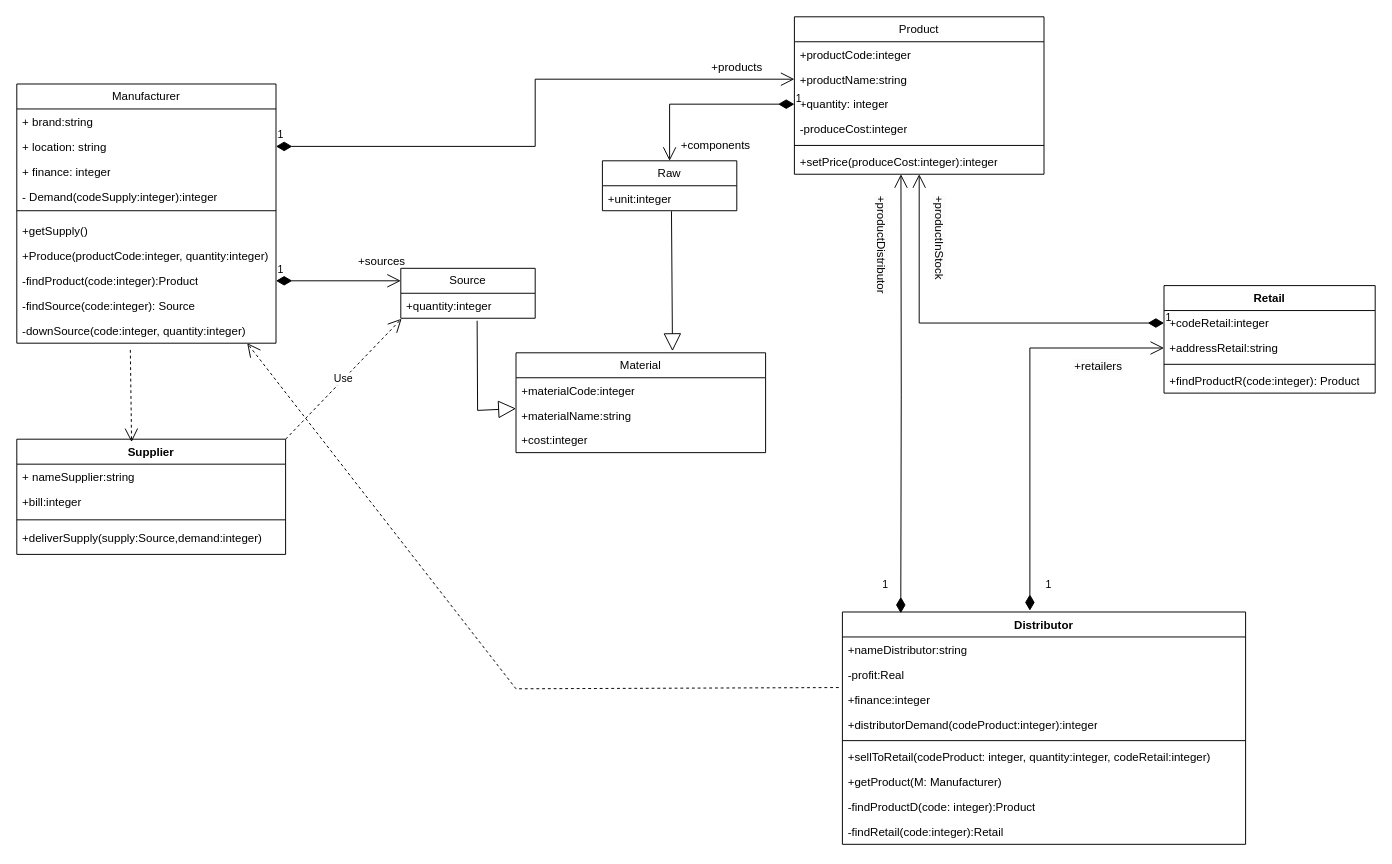
Earlier version of the draw.io diagram UML/ObjectOrientedAnalysis.drawio (zavaranak/932102.Dang). Source tidied: cells renumbered, new cells numbered last; positions are measured from the earlier drawing's top-left corner, leaving out a move shared by most shapes. Both pictures are drawn from the tidied source at 96%, with x=0, y=0 at pixel (16, 16).
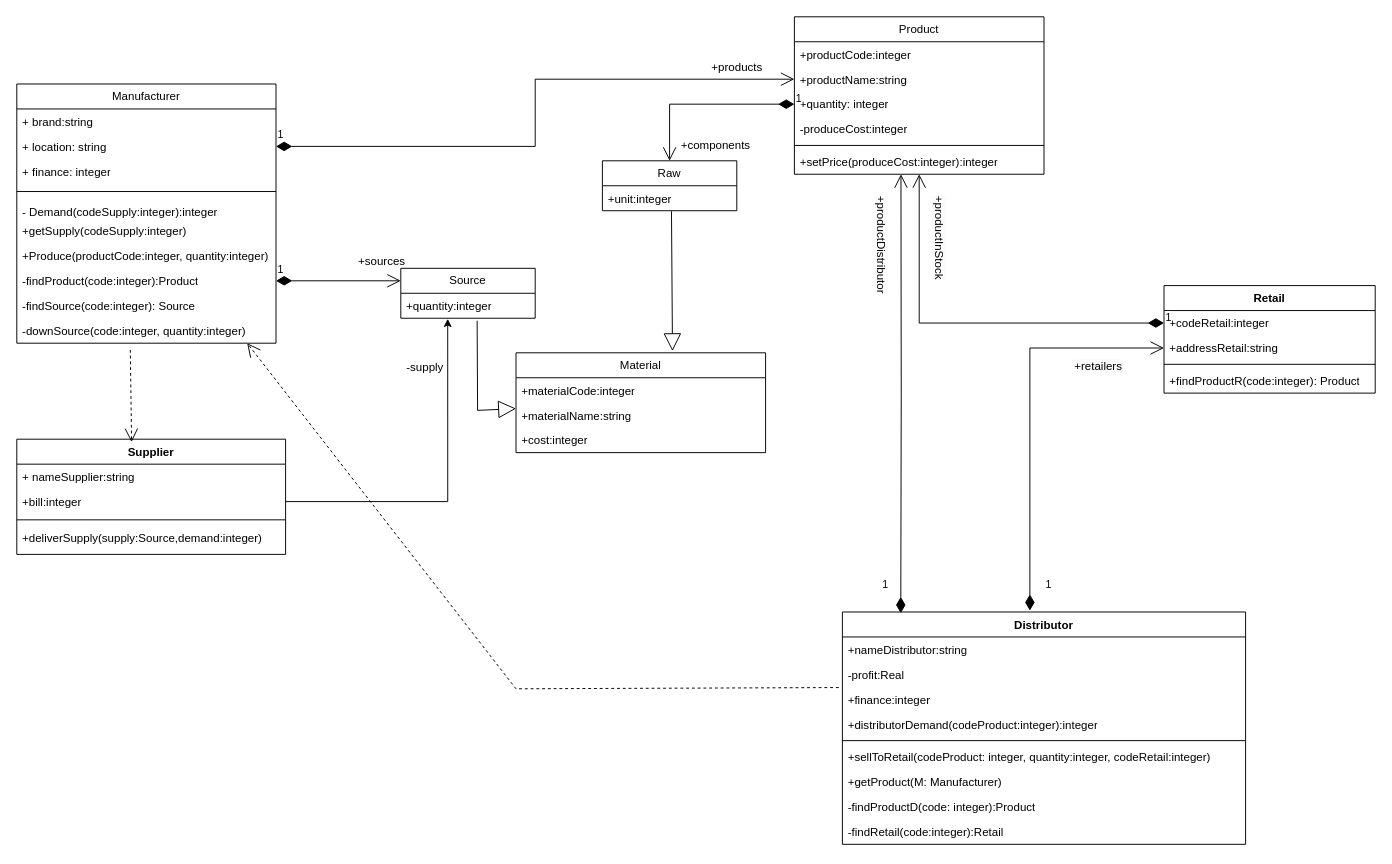
The same diagram, later.

The change refers to these unchanged cells:
```xml
<mxCell id="9" value="Manufacturer" style="swimlane;fontStyle=0;horizontal=1;startSize=26;fillColor=none;whiteSpace=wrap;html=1;" parent="1" vertex="1">
  <mxGeometry y="70" width="270" height="270" as="geometry" />
</mxCell>
<mxCell id="21" value="Supplier" style="swimlane;fontStyle=1;align=center;verticalAlign=top;horizontal=1;startSize=26;whiteSpace=wrap;html=1;" parent="1" vertex="1">
  <mxGeometry y="440" width="280" height="120" as="geometry" />
</mxCell>
<mxCell id="23" value="+bill:integer" style="text;strokeColor=none;fillColor=none;align=left;verticalAlign=top;spacingLeft=4;spacingRight=4;overflow=hidden;points=[[0,0.5],[1,0.5]];portConstraint=eastwest;whiteSpace=wrap;html=1;" parent="21" vertex="1">
  <mxGeometry y="52" width="280" height="26" as="geometry" />
</mxCell>
<mxCell id="31" value="+quantity:integer" style="text;strokeColor=none;fillColor=none;align=left;verticalAlign=top;spacingLeft=4;spacingRight=4;overflow=hidden;points=[[0,0.5],[1,0.5]];portConstraint=eastwest;whiteSpace=wrap;html=1;" parent="30" vertex="1">
  <mxGeometry y="26" width="140" height="26" as="geometry" />
</mxCell>
```

The edit, as a diff of the source:
```diff
@@
+    <mxCell id="14" style="line;strokeWidth=1;fillColor=none;align=left;verticalAlign=middle;spacingTop=-1;spacingLeft=3;spacingRight=3;labelPosition=right;strokeColor=inherit;" parent="9" vertex="1">
+      <mxGeometry y="104" width="270" height="16" as="geometry" />
+    </mxCell>
     <mxCell id="13" value="- Demand(codeSupply:integer):integer" style="text;strokeColor=none;fillColor=none;align=left;verticalAlign=top;spacingLeft=4;spacingRight=4;overflow=hidden;whiteSpace=wrap;html=1;" parent="9" vertex="1">
-      <mxGeometry y="104" width="270" height="20" as="geometry" />
+      <mxGeometry y="120" width="270" height="20" as="geometry" />
     </mxCell>
-    <mxCell id="14" style="line;strokeWidth=1;fillColor=none;align=left;verticalAlign=middle;spacingTop=-1;spacingLeft=3;spacingRight=3;labelPosition=right;strokeColor=inherit;" parent="9" vertex="1">
-      <mxGeometry y="124" width="270" height="16" as="geometry" />
-    </mxCell>
-    <mxCell id="15" value="+getSupply()" style="text;strokeColor=none;fillColor=none;align=left;verticalAlign=top;spacingLeft=4;spacingRight=4;overflow=hidden;whiteSpace=wrap;html=1;" parent="9" vertex="1">
+    <mxCell id="15" value="+getSupply(codeSupply:integer)" style="text;strokeColor=none;fillColor=none;align=left;verticalAlign=top;spacingLeft=4;spacingRight=4;overflow=hidden;whiteSpace=wrap;html=1;" parent="9" vertex="1">
       <mxGeometry y="140" width="270" height="26" as="geometry" />
     </mxCell>
@@
-    <mxCell id="38" value="Use" style="endArrow=open;endSize=12;dashed=1;html=1;rounded=0;exitX=1;exitY=0;exitDx=0;exitDy=0;entryX=0.006;entryY=1.02;entryDx=0;entryDy=0;entryPerimeter=0;" parent="1" edge="1" source="21" target="31">
-      <mxGeometry relative="1" as="geometry" />
-    </mxCell>
@@
+    <mxCell id="65" style="edgeStyle=orthogonalEdgeStyle;rounded=0;jettySize=auto;html=1;exitX=1;exitY=0.5;exitDx=0;exitDy=0;entryX=0.349;entryY=1.023;entryDx=0;entryDy=0;entryPerimeter=0;" parent="1" edge="1" source="23" target="31">
+      <mxGeometry relative="1" as="geometry" />
+    </mxCell>
+    <mxCell id="66" value="-supply" style="text;html=1;align=center;verticalAlign=middle;strokeColor=none;fillColor=none;" parent="1" vertex="1">
+      <mxGeometry x="395" y="350" width="60" height="30" as="geometry" />
+    </mxCell>
```
